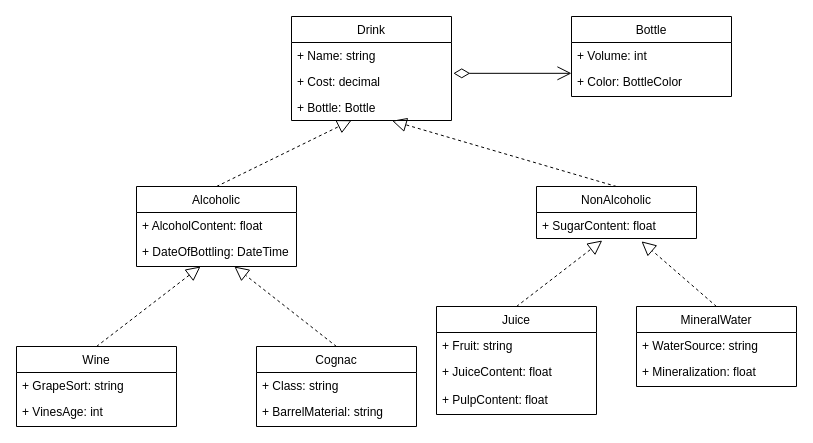
Earlier version of the draw.io diagram UML-Diagram/Class-Structure.drawio (BSUIR-SFIT-Labs/OOP-Labs). Source tidied: cells renumbered, new cells numbered last; positions are measured from the earlier drawing's top-left corner, leaving out a move shared by most shapes. Both pictures are drawn from the tidied source at 100%, with x=0, y=0 at pixel (16, 16).
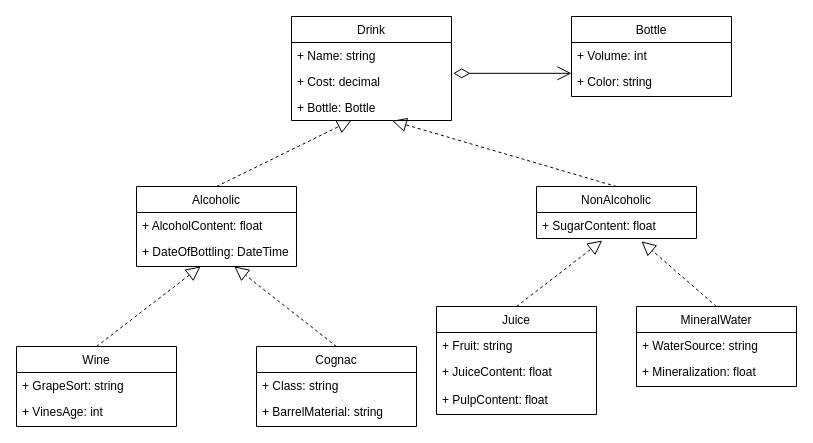
The same diagram, later.

Commit message (it also covers changes not shown here):
Change the structure of classes

Unchanged cells that the change refers to:
```xml
<mxCell id="9" value="Bottle" style="swimlane;fontStyle=0;horizontal=1;startSize=26;fillColor=none;" parent="1" vertex="1">
  <mxGeometry x="555" width="160" height="80" as="geometry" />
</mxCell>
```

What changed in the source:
```diff
@@
-    <mxCell id="11" value="+ Color: BottleColor" style="text;strokeColor=none;fillColor=none;align=left;verticalAlign=top;spacingLeft=4;spacingRight=4;overflow=hidden;points=[[0,0.5],[1,0.5]];portConstraint=eastwest;" parent="9" vertex="1">
+    <mxCell id="11" value="+ Color: string" style="text;strokeColor=none;fillColor=none;align=left;verticalAlign=top;spacingLeft=4;spacingRight=4;overflow=hidden;points=[[0,0.5],[1,0.5]];portConstraint=eastwest;" parent="9" vertex="1">
       <mxGeometry y="52" width="160" height="28" as="geometry" />
     </mxCell>
```
